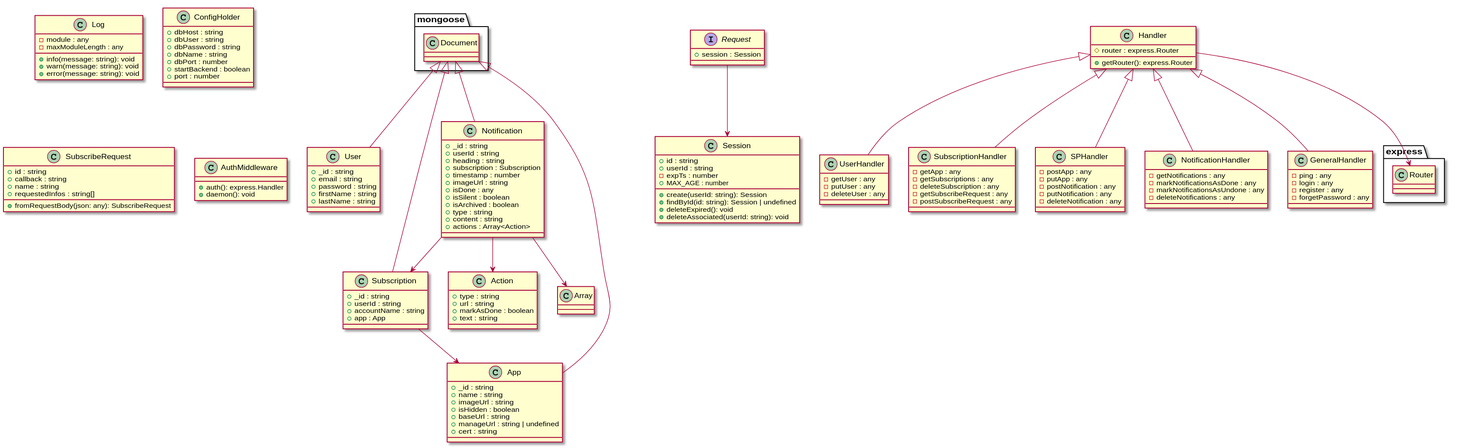
hopperteam/hopper-doc keeps this PlantUML diagram as img/backend-uml.svg. Above is the earlier version.
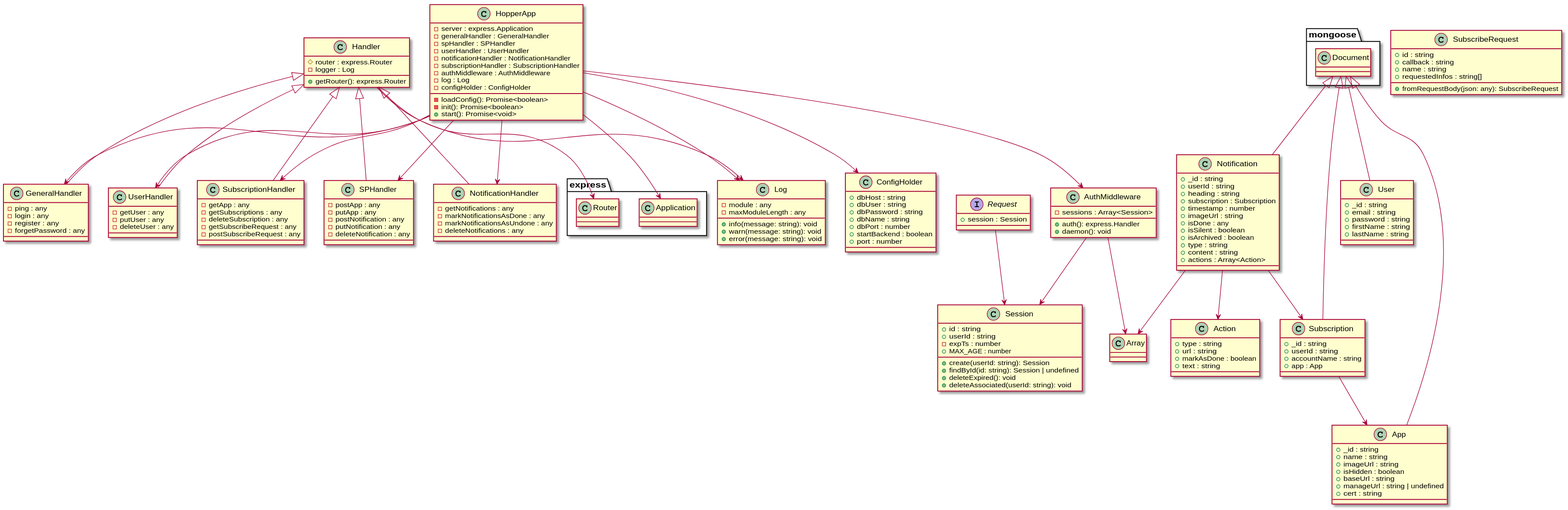
After the commit.

Diff of the diagram source:
```diff
@@ -92,12 +92,14 @@
 }
 
 class AuthMiddleware{
+  -sessions : Array<Session>
   +auth(): express.Handler
   +daemon(): void
 }
 
 class Handler{
   #router : express.Router
+  -logger : Log
   +getRouter(): express.Router
 }
 
@@ -137,12 +139,39 @@
   -forgetPassword : any
 }
 
+class HopperApp{
+  -server : express.Application
+  -generalHandler : GeneralHandler
+  -spHandler : SPHandler
+  -userHandler : UserHandler
+  -notificationHandler : NotificationHandler
+  -subscriptionHandler : SubscriptionHandler
+  -authMiddleware : AuthMiddleware
+  -log : Log
+  -configHolder : ConfigHolder
+  -loadConfig(): Promise<boolean>
+  -init(): Promise<boolean>
+  +start(): Promise<void>
+}
+
 Subscription --> App
 Notification --> Subscription
 Notification --> Array
 Notification --> Action
 Request --> Session
+AuthMiddleware --> Array
+AuthMiddleware --> Session
 Handler --> express.Router
+Handler --> Log
+HopperApp --> express.Application
+HopperApp --> GeneralHandler
+HopperApp --> SPHandler
+HopperApp --> UserHandler
+HopperApp --> NotificationHandler
+HopperApp --> SubscriptionHandler
+HopperApp --> AuthMiddleware
+HopperApp --> Log
+HopperApp --> ConfigHolder
 mongoose.Document <|-- User
 mongoose.Document <|-- Subscription
 mongoose.Document <|-- Notification
```
